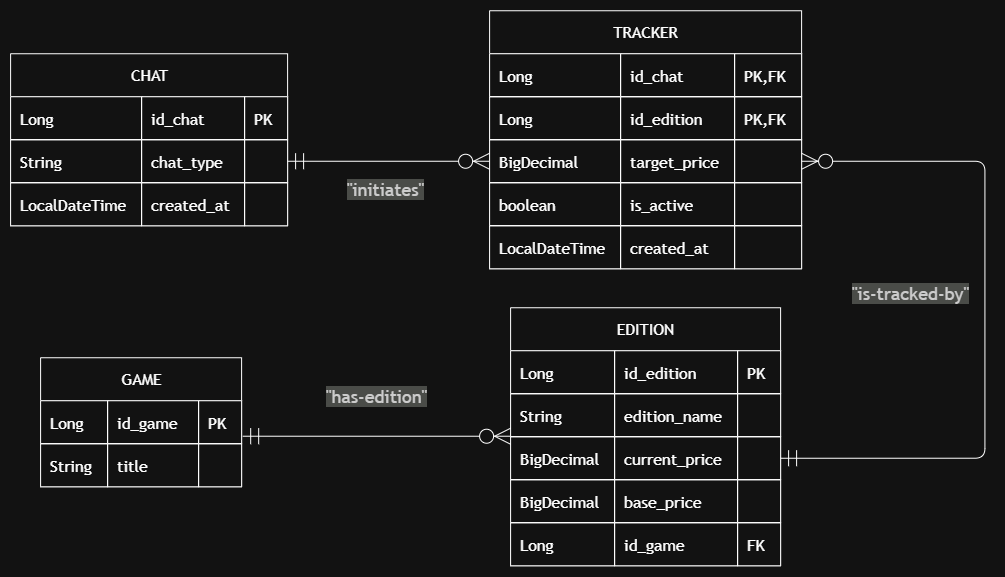
The draw.io diagram docs/images/schema.png in franciscoboavida9/playstation-tracker, before a commit. Source tidied: cells renumbered, new cells last; positions are measured from the earlier drawing's top-left corner, leaving out a move shared by most shapes.
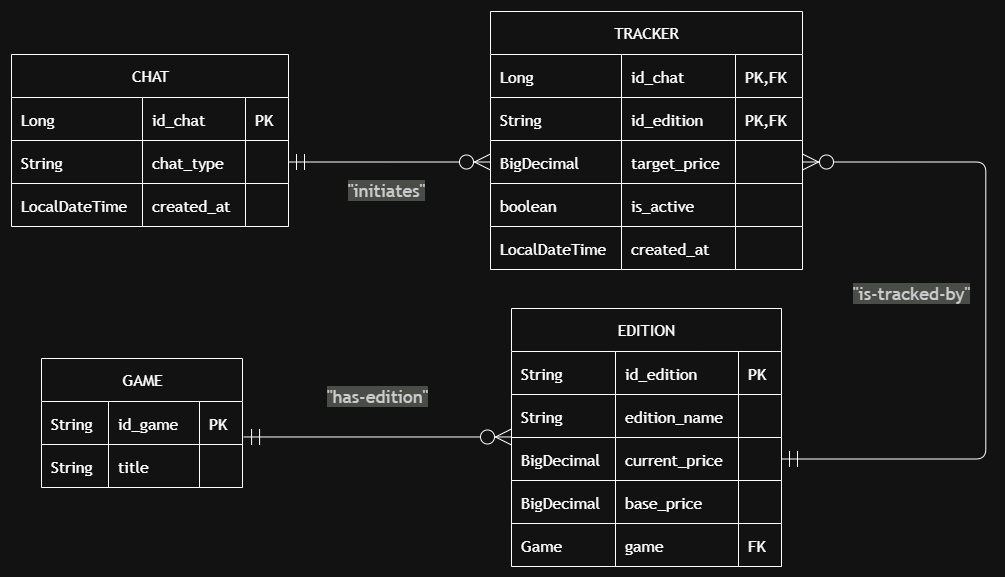
After the change.

Commit message:
updated entity ids from long to strings to mimic Sony API

What changed in the source:
```diff
@@ -62,7 +62,7 @@
     <mxCell id="21" style="shape=tableRow;horizontal=0;startSize=0;swimlaneHead=0;swimlaneBody=1;strokeWidth=1;top=0;left=0;right=0;bottom=0;" parent="16" vertex="1">
       <mxGeometry y="86" width="312" height="43" as="geometry" />
     </mxCell>
-    <mxCell id="22" value="Long" style="shape=partialRectangle;strokeWidth=1;fontFamily=Trebuchet MS,Verdana,Arial,sans-serif;top=1;left=1;bottom=1;right=1;align=left;spacingLeft=8;overflow=hidden;fontSize=16;" parent="21" vertex="1">
+    <mxCell id="22" value="String" style="shape=partialRectangle;strokeWidth=1;fontFamily=Trebuchet MS,Verdana,Arial,sans-serif;top=1;left=1;bottom=1;right=1;align=left;spacingLeft=8;overflow=hidden;fontSize=16;" parent="21" vertex="1">
       <mxGeometry width="131" height="43" as="geometry" />
     </mxCell>
     <mxCell id="23" value="id_edition" style="shape=partialRectangle;strokeWidth=1;fontFamily=Trebuchet MS,Verdana,Arial,sans-serif;top=1;left=1;bottom=1;right=1;align=left;spacingLeft=8;overflow=hidden;fontSize=16;" parent="21" vertex="1">
@@ -113,7 +113,7 @@
     <mxCell id="38" style="shape=tableRow;horizontal=0;startSize=0;swimlaneHead=0;swimlaneBody=1;strokeWidth=1;top=0;left=0;right=0;bottom=0;" parent="37" vertex="1">
       <mxGeometry y="43" width="270" height="43" as="geometry" />
     </mxCell>
-    <mxCell id="39" value="Long" style="shape=partialRectangle;strokeWidth=1;fontFamily=Trebuchet MS,Verdana,Arial,sans-serif;top=1;left=1;bottom=1;right=1;align=left;spacingLeft=8;overflow=hidden;fontSize=16;" parent="38" vertex="1">
+    <mxCell id="39" value="String" style="shape=partialRectangle;strokeWidth=1;fontFamily=Trebuchet MS,Verdana,Arial,sans-serif;top=1;left=1;bottom=1;right=1;align=left;spacingLeft=8;overflow=hidden;fontSize=16;" parent="38" vertex="1">
       <mxGeometry width="104" height="43" as="geometry" />
     </mxCell>
     <mxCell id="40" value="id_edition" style="shape=partialRectangle;strokeWidth=1;fontFamily=Trebuchet MS,Verdana,Arial,sans-serif;top=1;left=1;bottom=1;right=1;align=left;spacingLeft=8;overflow=hidden;fontSize=16;" parent="38" vertex="1">
@@ -161,10 +161,10 @@
     <mxCell id="54" style="shape=tableRow;horizontal=0;startSize=0;swimlaneHead=0;swimlaneBody=1;strokeWidth=1;top=0;left=0;right=0;bottom=0;" parent="37" vertex="1">
       <mxGeometry y="215" width="270" height="43" as="geometry" />
     </mxCell>
-    <mxCell id="55" value="Long" style="shape=partialRectangle;strokeWidth=1;fontFamily=Trebuchet MS,Verdana,Arial,sans-serif;top=1;left=1;bottom=1;right=1;align=left;spacingLeft=8;overflow=hidden;fontSize=16;" parent="54" vertex="1">
+    <mxCell id="55" value="Game" style="shape=partialRectangle;strokeWidth=1;fontFamily=Trebuchet MS,Verdana,Arial,sans-serif;top=1;left=1;bottom=1;right=1;align=left;spacingLeft=8;overflow=hidden;fontSize=16;" parent="54" vertex="1">
       <mxGeometry width="104" height="43" as="geometry" />
     </mxCell>
-    <mxCell id="56" value="id_game" style="shape=partialRectangle;strokeWidth=1;fontFamily=Trebuchet MS,Verdana,Arial,sans-serif;top=1;left=1;bottom=1;right=1;align=left;spacingLeft=8;overflow=hidden;fontSize=16;" parent="54" vertex="1">
+    <mxCell id="56" value="game" style="shape=partialRectangle;strokeWidth=1;fontFamily=Trebuchet MS,Verdana,Arial,sans-serif;top=1;left=1;bottom=1;right=1;align=left;spacingLeft=8;overflow=hidden;fontSize=16;" parent="54" vertex="1">
       <mxGeometry x="104" width="123" height="43" as="geometry" />
     </mxCell>
     <mxCell id="57" value="FK" style="shape=partialRectangle;strokeWidth=1;fontFamily=Trebuchet MS,Verdana,Arial,sans-serif;top=1;left=1;bottom=1;right=1;align=left;spacingLeft=8;overflow=hidden;fontSize=16;" parent="54" vertex="1">
@@ -176,7 +176,7 @@
     <mxCell id="59" style="shape=tableRow;horizontal=0;startSize=0;swimlaneHead=0;swimlaneBody=1;strokeWidth=1;top=0;left=0;right=0;bottom=0;" parent="58" vertex="1">
       <mxGeometry y="43" width="201" height="43" as="geometry" />
     </mxCell>
-    <mxCell id="60" value="Long" style="shape=partialRectangle;strokeWidth=1;fontFamily=Trebuchet MS,Verdana,Arial,sans-serif;top=1;left=1;bottom=1;right=1;align=left;spacingLeft=8;overflow=hidden;fontSize=16;" parent="59" vertex="1">
+    <mxCell id="60" value="String" style="shape=partialRectangle;strokeWidth=1;fontFamily=Trebuchet MS,Verdana,Arial,sans-serif;top=1;left=1;bottom=1;right=1;align=left;spacingLeft=8;overflow=hidden;fontSize=16;" parent="59" vertex="1">
       <mxGeometry width="67" height="43" as="geometry" />
     </mxCell>
     <mxCell id="61" value="id_game" style="shape=partialRectangle;strokeWidth=1;fontFamily=Trebuchet MS,Verdana,Arial,sans-serif;top=1;left=1;bottom=1;right=1;align=left;spacingLeft=8;overflow=hidden;fontSize=16;" parent="59" vertex="1">
```
